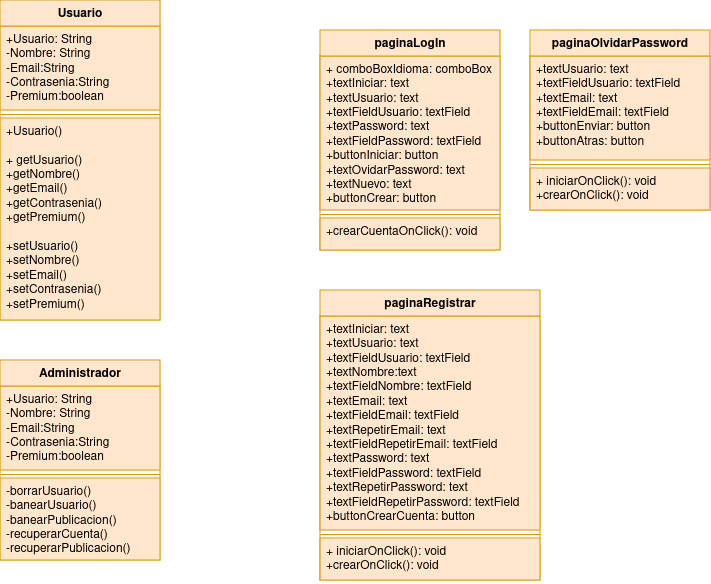
Earlier version of the draw.io export images/diagrama-de-clases.drawio.png (alejandrosalazargonzalez/army-maker-warhammer). Source tidied: cells renumbered, new cells last; positions are measured from the earlier drawing's top-left corner, leaving out a move shared by most shapes.
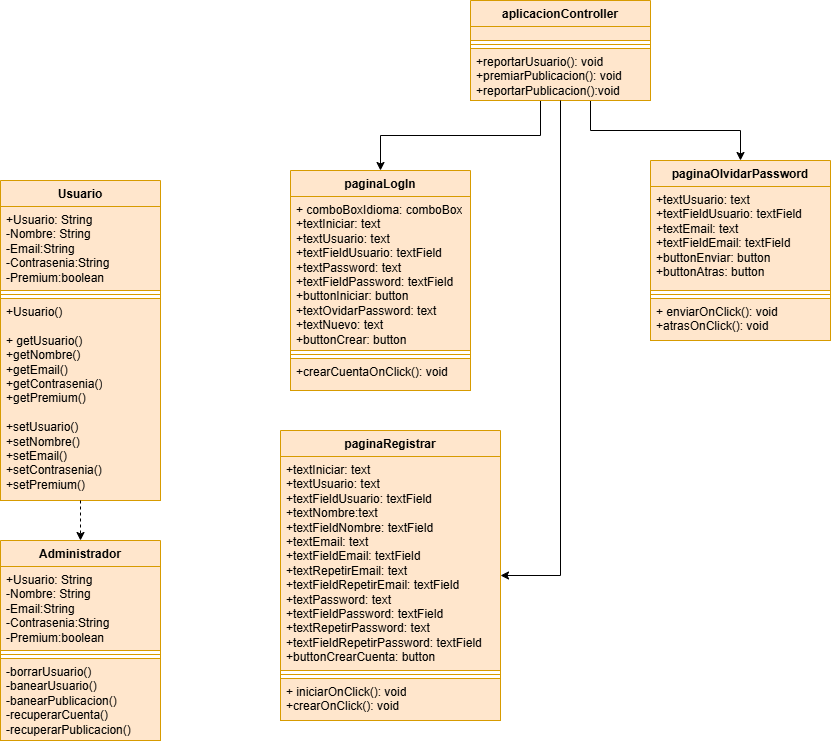
Above is the later version.

The edit, as a diff of the source:
```diff
@@ -27,7 +27,7 @@
       <mxGeometry y="118" width="160" height="82" as="geometry" />
     </mxCell>
     <mxCell id="10" value="paginaLogIn" style="swimlane;fontStyle=1;align=center;verticalAlign=top;horizontal=1;startSize=26;whiteSpace=wrap;html=1;fillColor=#ffe6cc;strokeColor=#d79b00;" parent="1" vertex="1">
-      <mxGeometry x="320" y="30" width="180" height="220" as="geometry" />
+      <mxGeometry x="290" y="-10" width="180" height="220" as="geometry" />
     </mxCell>
     <mxCell id="11" value="&lt;div&gt;+ comboBoxIdioma: comboBox&lt;/div&gt;&lt;div&gt;+textIniciar: text&lt;/div&gt;&lt;div&gt;+textUsuario: text&lt;/div&gt;&lt;div&gt;+textFieldUsuario: textField&lt;/div&gt;&lt;div&gt;+textPassword: text&lt;/div&gt;&lt;div&gt;+textFieldPassword: textField&lt;/div&gt;&lt;div&gt;+buttonIniciar: button&lt;/div&gt;&lt;div&gt;+textOvidarPassword: text&lt;/div&gt;&lt;div&gt;+textNuevo: text&lt;/div&gt;&lt;div&gt;+buttonCrear: button&lt;/div&gt;" style="text;strokeColor=#d79b00;fillColor=#ffe6cc;align=left;verticalAlign=top;spacingLeft=4;spacingRight=4;overflow=hidden;whiteSpace=wrap;html=1;" parent="10" vertex="1">
       <mxGeometry y="26" width="180" height="154" as="geometry" />
@@ -39,7 +39,7 @@
       <mxGeometry y="188" width="180" height="32" as="geometry" />
     </mxCell>
     <mxCell id="14" value="paginaRegistrar" style="swimlane;fontStyle=1;align=center;verticalAlign=top;horizontal=1;startSize=26;whiteSpace=wrap;html=1;fillColor=#ffe6cc;strokeColor=#d79b00;" parent="1" vertex="1">
-      <mxGeometry x="320" y="290" width="220" height="290" as="geometry" />
+      <mxGeometry x="280" y="250" width="220" height="290" as="geometry" />
     </mxCell>
     <mxCell id="15" value="&lt;div&gt;+textIniciar: text&lt;/div&gt;&lt;div&gt;+textUsuario: text&lt;/div&gt;&lt;div&gt;+textFieldUsuario: textField&lt;/div&gt;&lt;div&gt;+textNombre:text&lt;/div&gt;&lt;div&gt;+textFieldNombre: textField&lt;/div&gt;&lt;div&gt;+textEmail: text&lt;/div&gt;&lt;div&gt;+textFieldEmail: textField&lt;/div&gt;&lt;div&gt;+textRepetirEmail: text&lt;/div&gt;&lt;div&gt;+textFieldRepetirEmail: textField&lt;/div&gt;&lt;div&gt;+textPassword: text&lt;/div&gt;&lt;div&gt;+textFieldPassword: textField&lt;/div&gt;&lt;div&gt;&lt;div&gt;+textRepetirPassword: text&lt;/div&gt;&lt;div&gt;+textFieldRepetirPassword: textField&lt;/div&gt;&lt;/div&gt;&lt;div&gt;+buttonCrearCuenta: button&lt;/div&gt;" style="text;strokeColor=#d79b00;fillColor=#ffe6cc;align=left;verticalAlign=top;spacingLeft=4;spacingRight=4;overflow=hidden;whiteSpace=wrap;html=1;" parent="14" vertex="1">
       <mxGeometry y="26" width="220" height="214" as="geometry" />
@@ -51,7 +51,7 @@
       <mxGeometry y="248" width="220" height="42" as="geometry" />
     </mxCell>
     <mxCell id="18" value="paginaOlvidarPassword" style="swimlane;fontStyle=1;align=center;verticalAlign=top;horizontal=1;startSize=26;whiteSpace=wrap;html=1;fillColor=#ffe6cc;strokeColor=#d79b00;" parent="1" vertex="1">
-      <mxGeometry x="530" y="30" width="180" height="180" as="geometry" />
+      <mxGeometry x="650" y="-20" width="180" height="180" as="geometry" />
     </mxCell>
     <mxCell id="19" value="&lt;div&gt;+textUsuario: text&lt;/div&gt;&lt;div&gt;+textFieldUsuario: textField&lt;/div&gt;&lt;div&gt;+textEmail: text&lt;/div&gt;&lt;div&gt;+textFieldEmail: textField&lt;/div&gt;&lt;div&gt;+buttonEnviar: button&lt;/div&gt;&lt;div&gt;+buttonAtras: button&lt;/div&gt;" style="text;strokeColor=#d79b00;fillColor=#ffe6cc;align=left;verticalAlign=top;spacingLeft=4;spacingRight=4;overflow=hidden;whiteSpace=wrap;html=1;" parent="18" vertex="1">
       <mxGeometry y="26" width="180" height="104" as="geometry" />
@@ -59,8 +59,51 @@
     <mxCell id="20" style="line;strokeWidth=1;fillColor=#ffe6cc;align=left;verticalAlign=middle;spacingTop=-1;spacingLeft=3;spacingRight=3;labelPosition=right;strokeColor=#d79b00;" parent="18" vertex="1">
       <mxGeometry y="130" width="180" height="8" as="geometry" />
     </mxCell>
-    <mxCell id="21" value="&lt;div&gt;+ iniciarOnClick(): void&lt;/div&gt;&lt;div&gt;+crearOnClick(): void&lt;/div&gt;&lt;div&gt;&lt;br&gt;&lt;/div&gt;" style="text;strokeColor=#d79b00;fillColor=#ffe6cc;align=left;verticalAlign=top;spacingLeft=4;spacingRight=4;overflow=hidden;whiteSpace=wrap;html=1;" parent="18" vertex="1">
+    <mxCell id="21" value="&lt;div&gt;+ enviarOnClick(): void&lt;/div&gt;&lt;div&gt;+atrasOnClick(): void&lt;/div&gt;" style="text;strokeColor=#d79b00;fillColor=#ffe6cc;align=left;verticalAlign=top;spacingLeft=4;spacingRight=4;overflow=hidden;whiteSpace=wrap;html=1;" parent="18" vertex="1">
       <mxGeometry y="138" width="180" height="42" as="geometry" />
     </mxCell>
+    <mxCell id="22" style="edgeStyle=orthogonalEdgeStyle;rounded=0;jettySize=auto;html=1;" parent="1" edge="1" source="24" target="10">
+      <mxGeometry relative="1" as="geometry">
+        <Array as="points">
+          <mxPoint x="540" y="-45" />
+          <mxPoint x="380" y="-45" />
+        </Array>
+      </mxGeometry>
+    </mxCell>
+    <mxCell id="23" style="edgeStyle=orthogonalEdgeStyle;rounded=0;jettySize=auto;html=1;" parent="1" edge="1" source="24" target="18">
+      <mxGeometry relative="1" as="geometry">
+        <Array as="points">
+          <mxPoint x="590" y="-50" />
+          <mxPoint x="740" y="-50" />
+        </Array>
+      </mxGeometry>
+    </mxCell>
+    <mxCell id="24" value="aplicacionController" style="swimlane;fontStyle=1;align=center;verticalAlign=top;horizontal=1;startSize=26;whiteSpace=wrap;html=1;fillColor=#ffe6cc;strokeColor=#d79b00;" parent="1" vertex="1">
+      <mxGeometry x="470" y="-180" width="180" height="100" as="geometry" />
+    </mxCell>
+    <mxCell id="25" style="text;strokeColor=#d79b00;fillColor=#ffe6cc;align=left;verticalAlign=top;spacingLeft=4;spacingRight=4;overflow=hidden;whiteSpace=wrap;html=1;" parent="24" vertex="1">
+      <mxGeometry y="26" width="180" height="14" as="geometry" />
+    </mxCell>
+    <mxCell id="26" style="line;strokeWidth=1;fillColor=#ffe6cc;align=left;verticalAlign=middle;spacingTop=-1;spacingLeft=3;spacingRight=3;labelPosition=right;strokeColor=#d79b00;" parent="24" vertex="1">
+      <mxGeometry y="40" width="180" height="8" as="geometry" />
+    </mxCell>
+    <mxCell id="27" value="&lt;div&gt;+reportarUsuario(): void&lt;/div&gt;&lt;div&gt;+premiarPublicacion(): void&lt;/div&gt;&lt;div&gt;+reportarPublicacion():void&lt;/div&gt;" style="text;strokeColor=#d79b00;fillColor=#ffe6cc;align=left;verticalAlign=top;spacingLeft=4;spacingRight=4;overflow=hidden;points=[[0,0.5],[1,0.5]];portConstraint=eastwest;whiteSpace=wrap;html=1;" parent="24" vertex="1">
+      <mxGeometry y="48" width="180" height="52" as="geometry" />
+    </mxCell>
+    <mxCell id="28" style="edgeStyle=orthogonalEdgeStyle;rounded=0;jettySize=auto;html=1;dashed=1;" parent="1" edge="1" source="5" target="6">
+      <mxGeometry relative="1" as="geometry">
+        <Array as="points">
+          <mxPoint x="80" y="300" />
+          <mxPoint x="80" y="300" />
+        </Array>
+      </mxGeometry>
+    </mxCell>
+    <mxCell id="29" style="edgeStyle=orthogonalEdgeStyle;rounded=0;jettySize=auto;html=1;" parent="1" edge="1" source="27" target="14">
+      <mxGeometry relative="1" as="geometry">
+        <Array as="points">
+          <mxPoint x="560" y="395" />
+        </Array>
+      </mxGeometry>
+    </mxCell>
   </root>
 </mxGraphModel>
```
